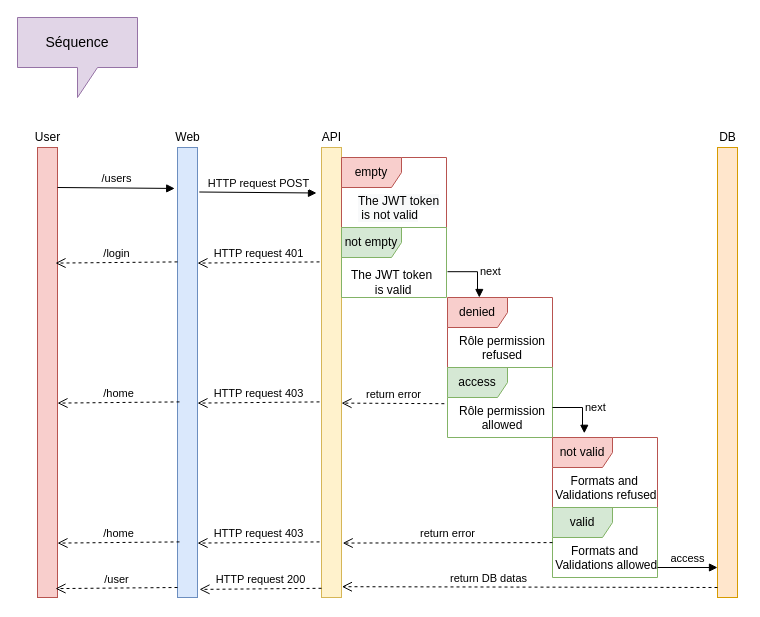
Before: page "Sequence" (2 of 5) of Diagrammes/diagrammesDragNReceive.drawio in KadenHD/DragNReceive_General, a draw.io diagram. Source tidied: cells renumbered, new cells numbered last; positions are measured from the earlier drawing's top-left corner, leaving out a move shared by most shapes. Both pictures are drawn from the tidied source at 100%, with x=0, y=0 at pixel (17, 17).
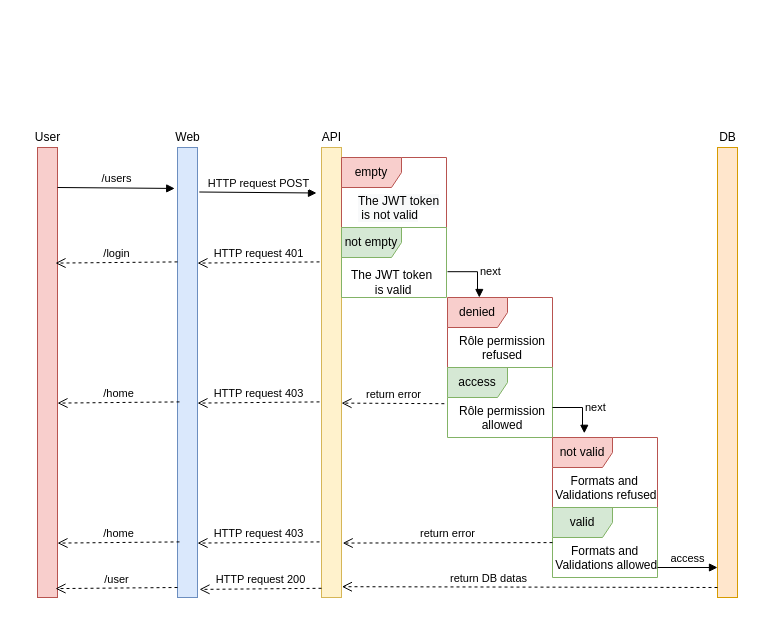
The same page after the edit.

Change to the diagram source:
```diff
@@
-    <mxCell id="2" value="Séquence" style="shape=callout;whiteSpace=wrap;html=1;perimeter=calloutPerimeter;rounded=0;fontSize=14;strokeWidth=1;verticalAlign=middle;fillColor=#e1d5e7;strokeColor=#9673a6;" parent="1" vertex="1">
-      <mxGeometry width="120" height="80" as="geometry" />
-    </mxCell>
```
